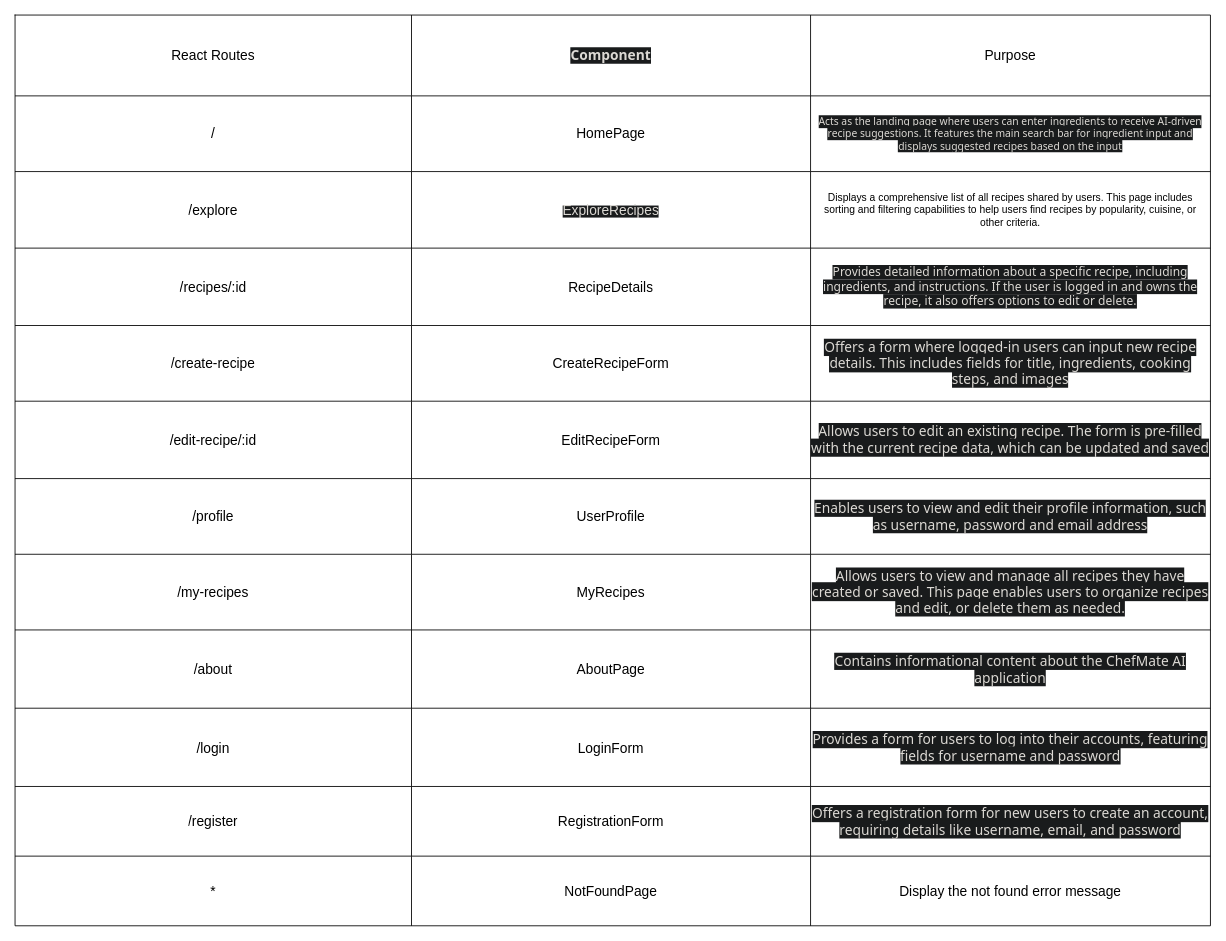
Above: planning/react-routes.drawio in christopherthai/chefmate-ai (draw.io), before the change. Source tidied: cells renumbered, new cells numbered last; positions are measured from the earlier drawing's top-left corner, leaving out a move shared by most shapes. Both pictures are drawn from the tidied source at 86%, with x=0, y=0 at pixel (15, 15).
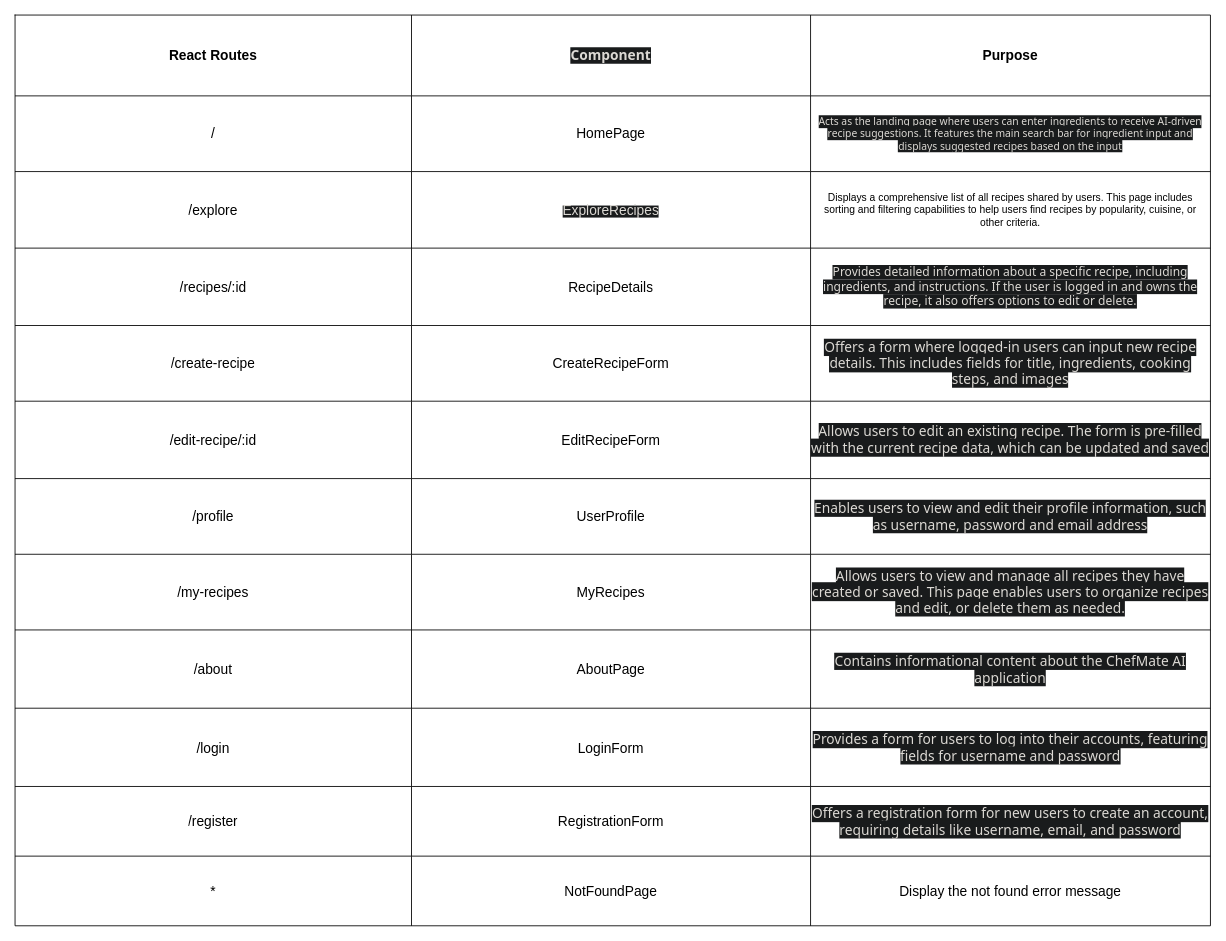
After the change.

Unchanged cells that the change refers to:
```xml
<mxCell id="3" style="shape=tableRow;horizontal=0;startSize=0;swimlaneHead=0;swimlaneBody=0;top=0;left=0;bottom=0;right=0;fillColor=none;" parent="2" vertex="1">
  <mxGeometry width="1390" height="94" as="geometry" />
</mxCell>
```

Diff of the diagram source:
```diff
@@
-    <mxCell id="4" value="&lt;font style=&quot;font-size: 16px;&quot;&gt;React Routes&lt;/font&gt;" style="shape=partialRectangle;html=1;whiteSpace=wrap;fillColor=none;top=0;left=0;bottom=0;right=0;overflow=hidden;" parent="3" vertex="1">
+    <mxCell id="4" value="&lt;font style=&quot;font-size: 16px;&quot;&gt;&lt;b&gt;React Routes&lt;/b&gt;&lt;/font&gt;" style="shape=partialRectangle;html=1;whiteSpace=wrap;fillColor=none;top=0;left=0;bottom=0;right=0;overflow=hidden;" parent="3" vertex="1">
       <mxGeometry width="461" height="94" as="geometry" />
     </mxCell>
@@
-    <mxCell id="6" value="&lt;font style=&quot;font-size: 16px;&quot;&gt;Purpose&lt;/font&gt;" style="shape=partialRectangle;html=1;whiteSpace=wrap;fillColor=none;top=0;left=0;bottom=0;right=0;overflow=hidden;" parent="3" vertex="1">
+    <mxCell id="6" value="&lt;font style=&quot;font-size: 16px;&quot;&gt;&lt;b&gt;Purpose&lt;/b&gt;&lt;/font&gt;" style="shape=partialRectangle;html=1;whiteSpace=wrap;fillColor=none;top=0;left=0;bottom=0;right=0;overflow=hidden;" parent="3" vertex="1">
       <mxGeometry x="925" width="465" height="94" as="geometry" />
     </mxCell>
```
